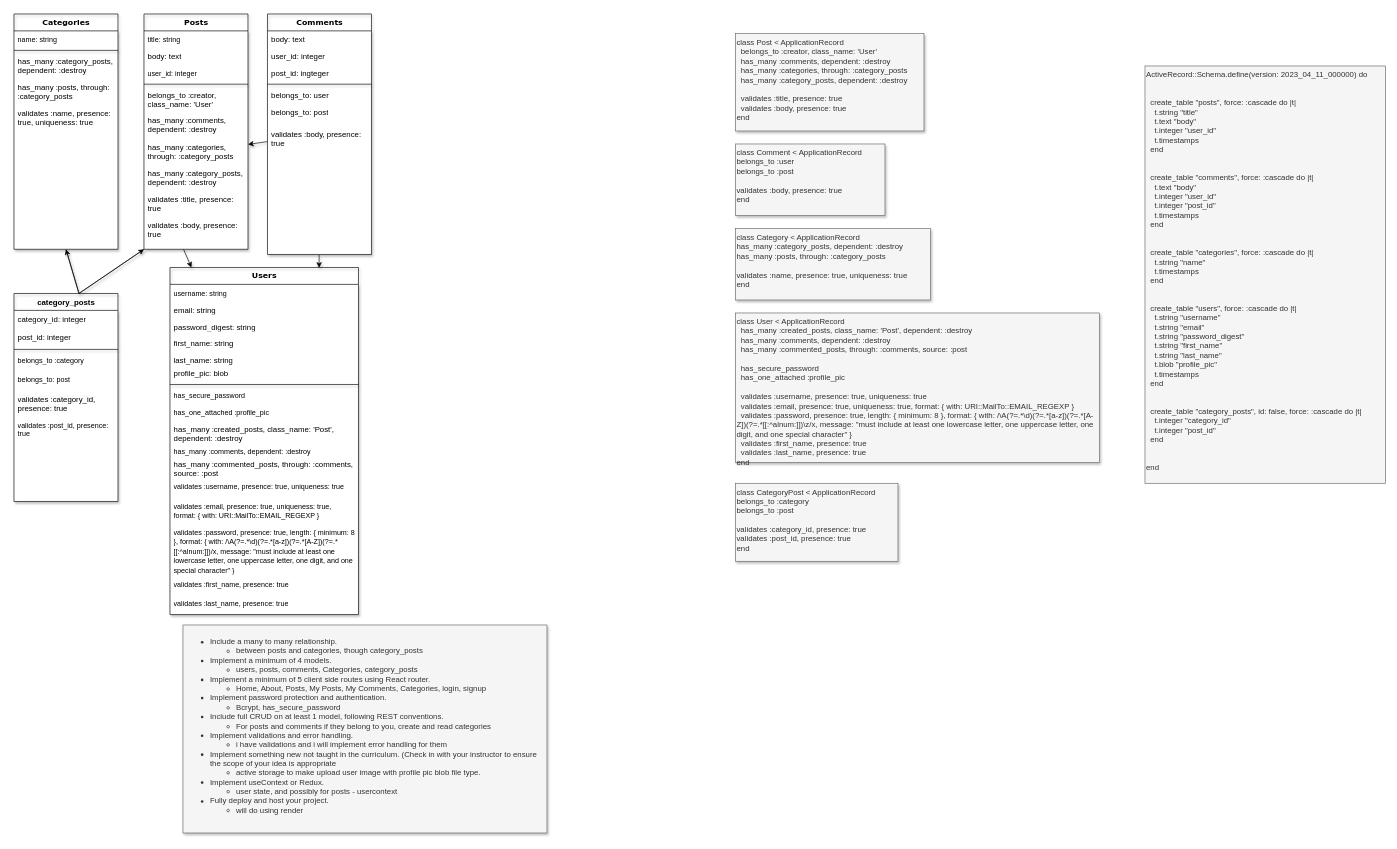
The draw.io diagram page "Back End" (1 of 2) of Untitled Diagram.drawio in mendelr20/phase-5-project, before the edit. Source tidied: cells renumbered, new cells numbered last; positions are measured from the earlier drawing's top-left corner, leaving out a move shared by most shapes. Both pictures are drawn from the tidied source at 65%, with x=0, y=0 at pixel (14, 14).
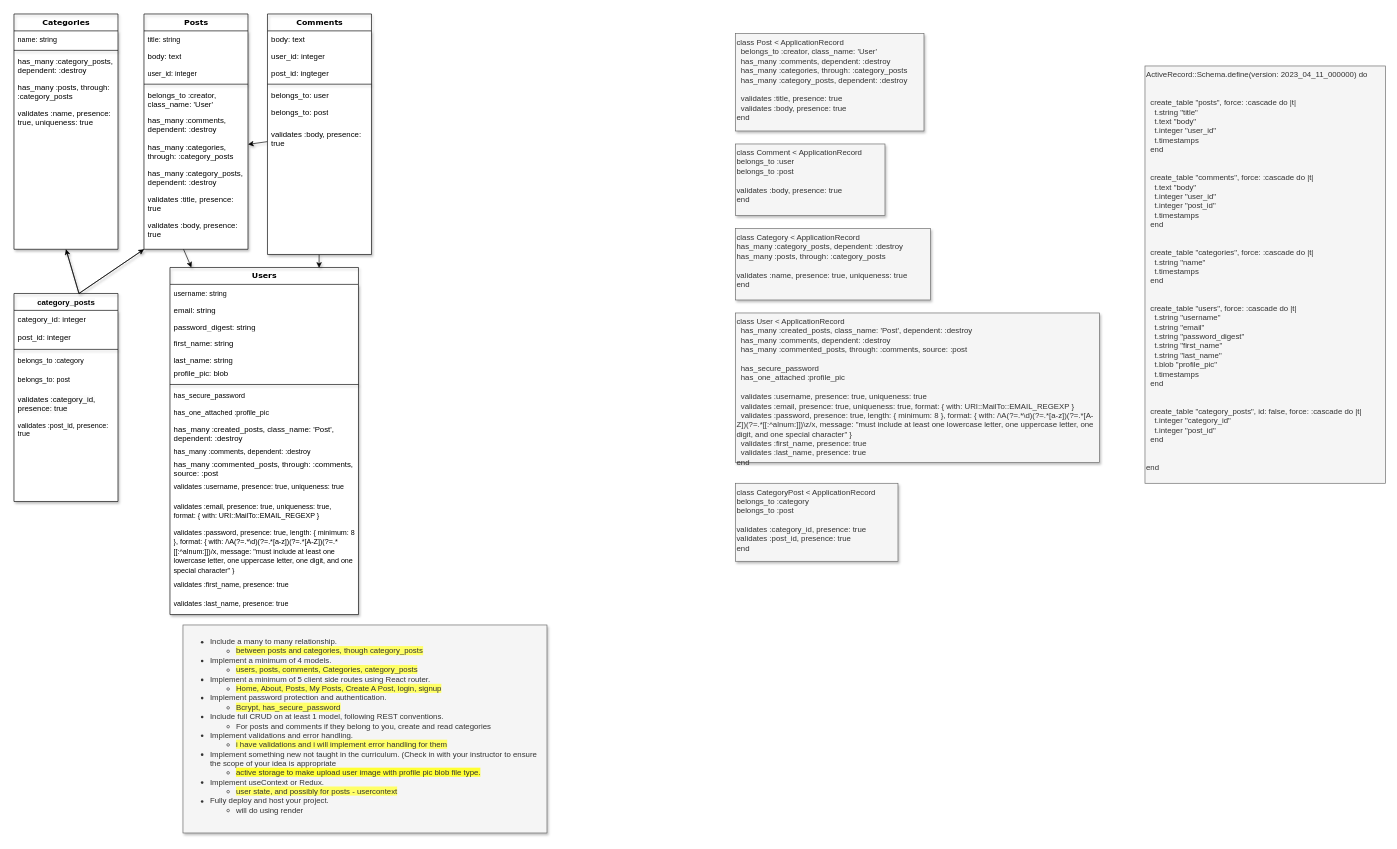
After the change.

The edit, as a diff of the source:
```diff
@@
-    <mxCell id="64" value="&lt;ul&gt;&lt;li&gt;Include a many to many relationship.&lt;/li&gt;&lt;ul&gt;&lt;li&gt;between posts and categories, though category_posts&lt;/li&gt;&lt;/ul&gt;&lt;li&gt;Implement a minimum of 4 models.&lt;/li&gt;&lt;ul&gt;&lt;li&gt;users, posts, comments,&amp;nbsp;Categories,&amp;nbsp;category_posts&lt;/li&gt;&lt;/ul&gt;&lt;li&gt;Implement a minimum of 5 client side routes using React router.&lt;/li&gt;&lt;ul&gt;&lt;li&gt;Home, About, Posts, My Posts, My Comments, Categories, login, signup&lt;/li&gt;&lt;/ul&gt;&lt;li&gt;Implement password protection and authentication.&lt;/li&gt;&lt;ul&gt;&lt;li&gt;Bcrypt, has_secure_password&lt;/li&gt;&lt;/ul&gt;&lt;li&gt;Include full CRUD on at least 1 model, following REST conventions.&lt;/li&gt;&lt;ul&gt;&lt;li&gt;For posts and comments if they belong to you, create and read categories&lt;/li&gt;&lt;/ul&gt;&lt;li&gt;Implement validations and error handling.&lt;/li&gt;&lt;ul&gt;&lt;li&gt;i have validations and i will implement error handling for them&lt;/li&gt;&lt;/ul&gt;&lt;li&gt;Implement something new not taught in the curriculum. (Check in with your instructor to ensure the scope of your idea is appropriate&lt;/li&gt;&lt;ul&gt;&lt;li&gt;active storage to make upload user image with profile pic blob file type.&lt;/li&gt;&lt;/ul&gt;&lt;li&gt;Implement useContext or Redux.&lt;/li&gt;&lt;ul&gt;&lt;li&gt;user state, and possibly for posts - usercontext&lt;/li&gt;&lt;/ul&gt;&lt;li&gt;Fully deploy and host your project.&lt;/li&gt;&lt;ul&gt;&lt;li&gt;will do using render&lt;/li&gt;&lt;/ul&gt;&lt;/ul&gt;" style="text;whiteSpace=wrap;html=1;fillColor=#f5f5f5;fontColor=#333333;strokeColor=#666666;shadow=1;" parent="1" vertex="1">
+    <mxCell id="64" value="&lt;ul&gt;&lt;li&gt;Include a many to many relationship.&lt;/li&gt;&lt;ul&gt;&lt;li&gt;&lt;span style=&quot;background-color: rgb(255, 255, 102);&quot;&gt;between posts and categories, though category_posts&lt;/span&gt;&lt;/li&gt;&lt;/ul&gt;&lt;li&gt;Implement a minimum of 4 models.&lt;/li&gt;&lt;ul&gt;&lt;li&gt;&lt;span style=&quot;background-color: rgb(255, 255, 102);&quot;&gt;users, posts, comments,&amp;nbsp;Categories,&amp;nbsp;category_posts&lt;/span&gt;&lt;/li&gt;&lt;/ul&gt;&lt;li&gt;Implement a minimum of 5 client side routes using React router.&lt;/li&gt;&lt;ul&gt;&lt;li&gt;&lt;span style=&quot;background-color: rgb(255, 255, 102);&quot;&gt;Home, About, Posts, My Posts, Create A Post, login, signup&lt;/span&gt;&lt;/li&gt;&lt;/ul&gt;&lt;li&gt;Implement password protection and authentication.&lt;/li&gt;&lt;ul&gt;&lt;li&gt;&lt;span style=&quot;background-color: rgb(255, 255, 102);&quot;&gt;Bcrypt, has_secure_password&lt;/span&gt;&lt;/li&gt;&lt;/ul&gt;&lt;li&gt;Include full CRUD on at least 1 model, following REST conventions.&lt;/li&gt;&lt;ul&gt;&lt;li&gt;For posts and comments if they belong to you, create and read categories&lt;/li&gt;&lt;/ul&gt;&lt;li&gt;Implement validations and error handling.&lt;/li&gt;&lt;ul&gt;&lt;li&gt;&lt;span style=&quot;background-color: rgb(255, 255, 102);&quot;&gt;i have validations and i will implement error handling for them&lt;/span&gt;&lt;/li&gt;&lt;/ul&gt;&lt;li&gt;Implement something new not taught in the curriculum. (Check in with your instructor to ensure the scope of your idea is appropriate&lt;/li&gt;&lt;ul&gt;&lt;li&gt;&lt;span style=&quot;background-color: rgb(255, 255, 51);&quot;&gt;active storage to make upload user image with profile pic blob file type.&lt;/span&gt;&lt;/li&gt;&lt;/ul&gt;&lt;li&gt;Implement useContext or Redux.&lt;/li&gt;&lt;ul&gt;&lt;li&gt;&lt;span style=&quot;background-color: rgb(255, 255, 102);&quot;&gt;user state, and possibly for posts - usercontext&lt;/span&gt;&lt;/li&gt;&lt;/ul&gt;&lt;li&gt;Fully deploy and host your project.&lt;/li&gt;&lt;ul&gt;&lt;li&gt;will do using render&lt;/li&gt;&lt;/ul&gt;&lt;/ul&gt;" style="text;whiteSpace=wrap;html=1;fillColor=#f5f5f5;fontColor=#333333;strokeColor=#666666;shadow=1;" parent="1" vertex="1">
       <mxGeometry x="260" y="940" width="560" height="320" as="geometry" />
     </mxCell>
```
